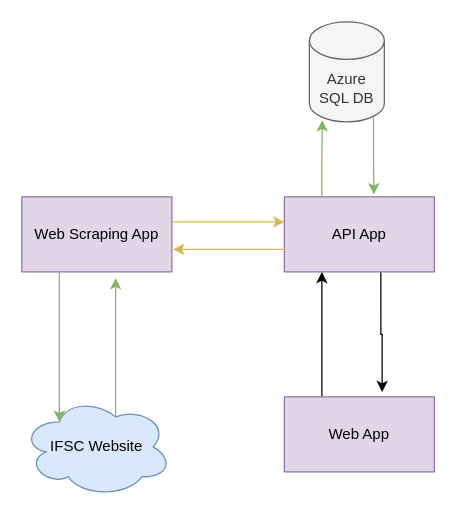
Earlier version of the draw.io diagram ArchDiagram.drawio (pcarderdev/ifscAPI). Source tidied: cells renumbered, new cells numbered last; positions are measured from the earlier drawing's top-left corner, leaving out a move shared by most shapes. Both pictures are drawn from the tidied source at 125%, with x=0, y=0 at pixel (21, 21).
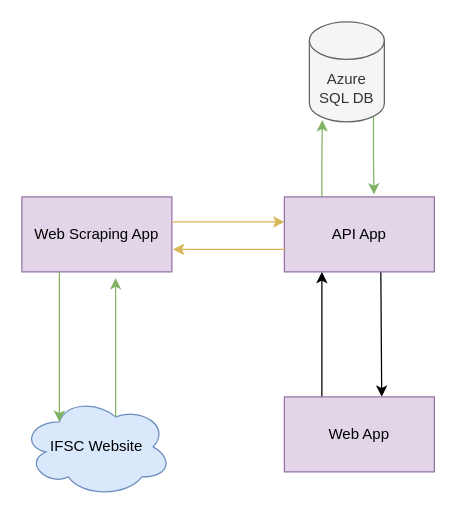
After the change.

Change to the diagram source:
```diff
@@
 <mxGraphModel>
   <root>
     <mxCell id="0" />
     <mxCell id="1" parent="0" />
     <mxCell id="2" value="Web Scraping App" style="rounded=0;whiteSpace=wrap;html=1;fillColor=#e1d5e7;strokeColor=#9673a6;" parent="1" vertex="1">
       <mxGeometry y="140" width="120" height="60" as="geometry" />
     </mxCell>
     <mxCell id="3" value="IFSC Website" style="ellipse;shape=cloud;whiteSpace=wrap;html=1;fillColor=#dae8fc;strokeColor=#6c8ebf;" parent="1" vertex="1">
       <mxGeometry y="300" width="120" height="80" as="geometry" />
     </mxCell>
     <mxCell id="4" style="edgeStyle=orthogonalEdgeStyle;rounded=0;jettySize=auto;html=1;exitX=0.25;exitY=1;exitDx=0;exitDy=0;entryX=0.25;entryY=0.25;entryDx=0;entryDy=0;entryPerimeter=0;fillColor=#d5e8d4;strokeColor=#82b366;" parent="1" edge="1" source="2" target="3">
       <mxGeometry relative="1" as="geometry" />
     </mxCell>
     <mxCell id="5" style="edgeStyle=orthogonalEdgeStyle;rounded=0;jettySize=auto;html=1;exitX=0.625;exitY=0.2;exitDx=0;exitDy=0;exitPerimeter=0;entryX=0.625;entryY=1.083;entryDx=0;entryDy=0;entryPerimeter=0;fillColor=#d5e8d4;strokeColor=#82b366;" parent="1" edge="1" source="3" target="2">
       <mxGeometry relative="1" as="geometry" />
     </mxCell>
     <mxCell id="6" style="edgeStyle=orthogonalEdgeStyle;rounded=0;orthogonalLoop=1;jettySize=auto;html=1;fillColor=#fff2cc;strokeColor=#d6b656;" parent="1" edge="1">
       <mxGeometry relative="1" as="geometry">
         <mxPoint x="120" y="160" as="sourcePoint" />
         <mxPoint x="210" y="160" as="targetPoint" />
       </mxGeometry>
     </mxCell>
     <mxCell id="7" value="Azure SQL DB" style="shape=cylinder3;whiteSpace=wrap;html=1;boundedLbl=1;backgroundOutline=1;size=15;fillColor=#f5f5f5;fontColor=#333333;strokeColor=#666666;" parent="1" vertex="1">
       <mxGeometry x="230" width="60" height="80" as="geometry" />
     </mxCell>
-    <mxCell id="8" style="edgeStyle=orthogonalEdgeStyle;rounded=0;jettySize=auto;html=1;exitX=0.643;exitY=0.994;exitDx=0;exitDy=0;entryX=0.652;entryY=-0.065;entryDx=0;entryDy=0;exitPerimeter=0;entryPerimeter=0;" parent="1" edge="1" source="10" target="13">
+    <mxCell id="8" style="rounded=0;jettySize=auto;html=1;exitX=0.643;exitY=0.994;exitDx=0;exitDy=0;entryX=0.649;entryY=-0.002;entryDx=0;entryDy=0;exitPerimeter=0;entryPerimeter=0;" parent="1" edge="1" source="10" target="13">
       <mxGeometry relative="1" as="geometry" />
     </mxCell>
     <mxCell id="9" style="edgeStyle=orthogonalEdgeStyle;rounded=0;jettySize=auto;html=1;exitX=0.25;exitY=0;exitDx=0;exitDy=0;entryX=0.172;entryY=0.983;entryDx=0;entryDy=0;entryPerimeter=0;fillColor=#d5e8d4;strokeColor=#82b366;" parent="1" edge="1" source="10" target="7">
       <mxGeometry relative="1" as="geometry" />
     </mxCell>
     <mxCell id="10" value="API App" style="rounded=0;whiteSpace=wrap;html=1;fillColor=#e1d5e7;strokeColor=#9673a6;" parent="1" vertex="1">
       <mxGeometry x="210" y="140" width="120" height="60" as="geometry" />
     </mxCell>
     <mxCell id="11" style="edgeStyle=orthogonalEdgeStyle;rounded=0;orthogonalLoop=1;jettySize=auto;html=1;endArrow=none;endFill=0;startArrow=classic;startFill=1;fillColor=#fff2cc;strokeColor=#d6b656;" parent="1" edge="1">
       <mxGeometry relative="1" as="geometry">
         <mxPoint x="121" y="182" as="sourcePoint" />
         <mxPoint x="211" y="182" as="targetPoint" />
       </mxGeometry>
     </mxCell>
     <mxCell id="12" style="edgeStyle=orthogonalEdgeStyle;rounded=0;jettySize=auto;html=1;exitX=0.25;exitY=0;exitDx=0;exitDy=0;entryX=0.25;entryY=1;entryDx=0;entryDy=0;" parent="1" edge="1" source="13" target="10">
       <mxGeometry relative="1" as="geometry" />
     </mxCell>
     <mxCell id="13" value="Web App" style="rounded=0;whiteSpace=wrap;html=1;fillColor=#e1d5e7;strokeColor=#9673a6;" parent="1" vertex="1">
       <mxGeometry x="210" y="300" width="120" height="60" as="geometry" />
     </mxCell>
     <mxCell id="14" style="edgeStyle=orthogonalEdgeStyle;rounded=0;jettySize=auto;html=1;exitX=0.855;exitY=1;exitDx=0;exitDy=-4.35;exitPerimeter=0;entryX=0.597;entryY=-0.033;entryDx=0;entryDy=0;entryPerimeter=0;fillColor=#d5e8d4;strokeColor=#82b366;" parent="1" edge="1" source="7" target="10">
       <mxGeometry relative="1" as="geometry" />
     </mxCell>
   </root>
 </mxGraphModel>
```
